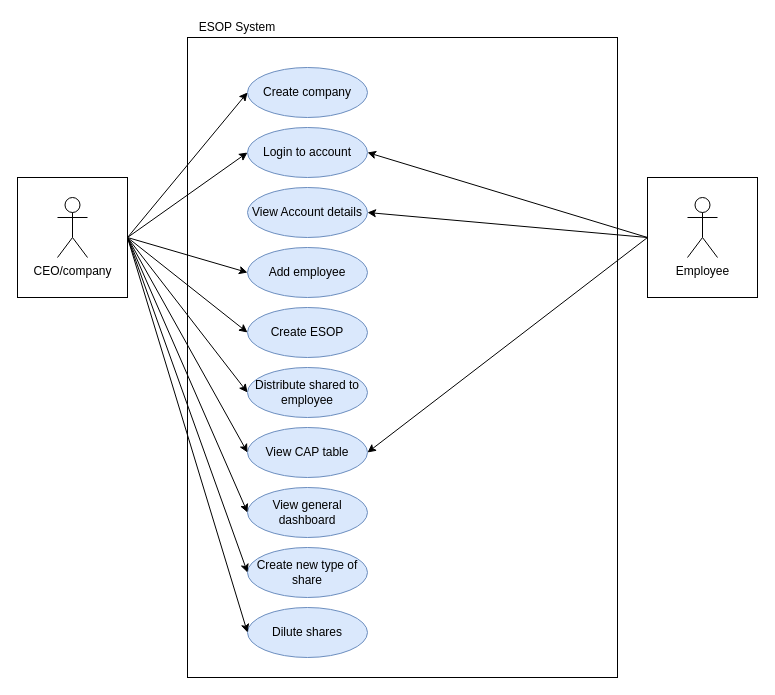
Above: media/Use Case Diagram.drawio in stefdworschak/ub_hackathon (draw.io), before the change. Source tidied: cells renumbered, new cells numbered last; positions are measured from the earlier drawing's top-left corner, leaving out a move shared by most shapes. Both pictures are drawn from the tidied source at 100%, with x=0, y=0 at pixel (17, 17).
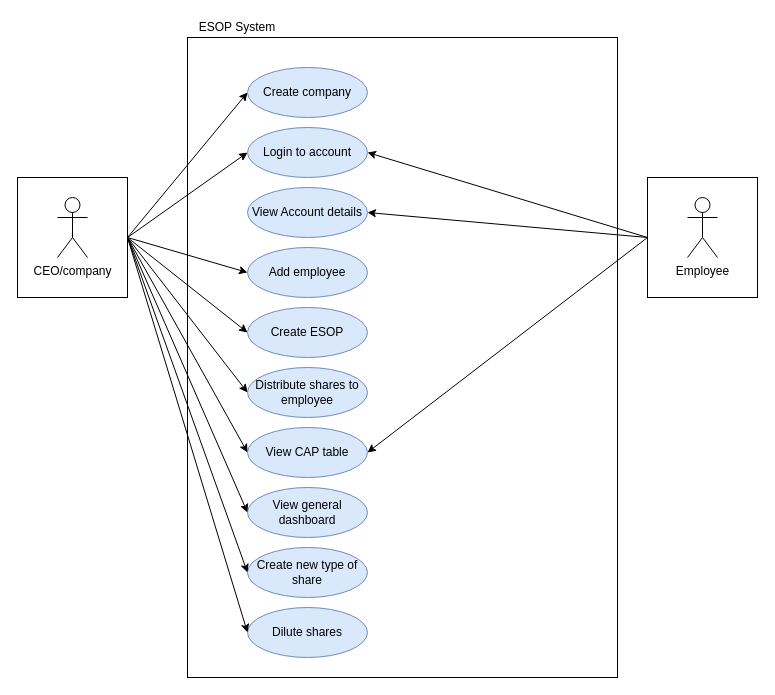
After the change.

Diff of the diagram source:
```diff
@@
-    <mxCell id="13" value="Distribute shared to employee" style="ellipse;whiteSpace=wrap;html=1;fillColor=#dae8fc;strokeColor=#6c8ebf;" parent="1" vertex="1">
+    <mxCell id="13" value="Distribute shares to employee" style="ellipse;whiteSpace=wrap;html=1;fillColor=#dae8fc;strokeColor=#6c8ebf;" parent="1" vertex="1">
       <mxGeometry x="230" y="350" width="120" height="50" as="geometry" />
     </mxCell>
```
